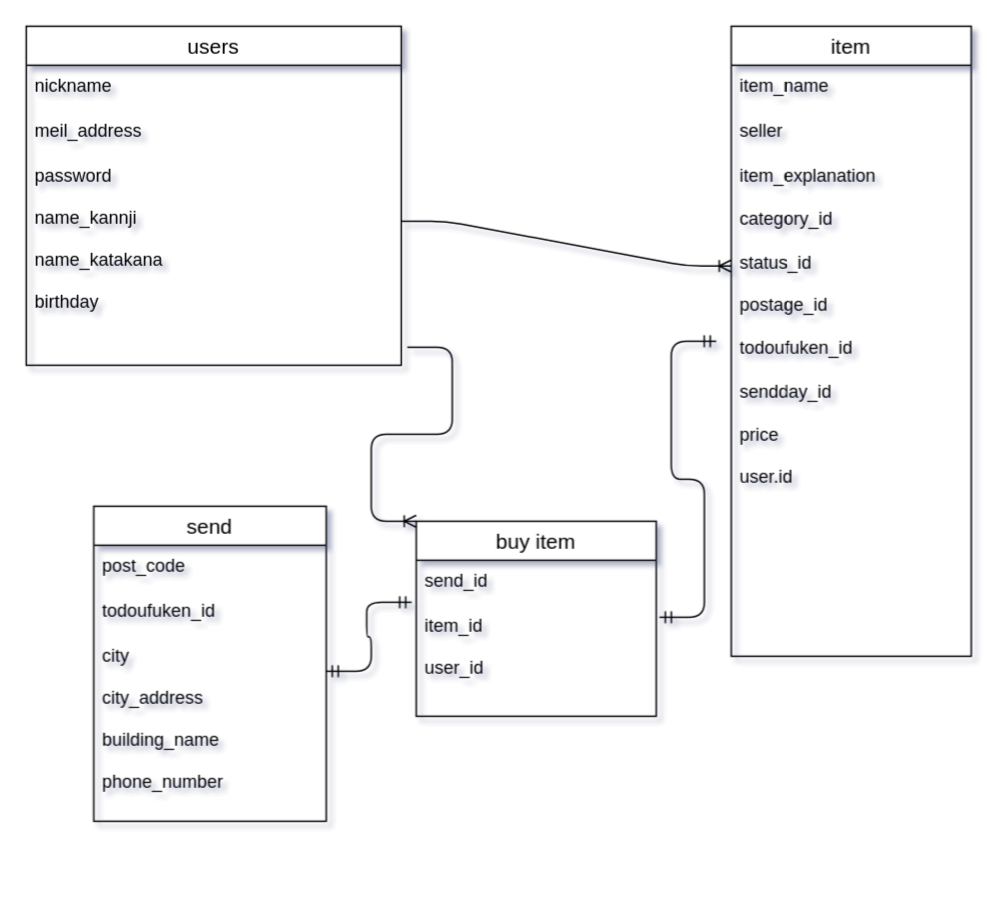
Above: .dio in y-naoto/furima-36756 (draw.io), before the change. Source tidied: cells renumbered, new cells numbered last; positions are measured from the earlier drawing's top-left corner, leaving out a move shared by most shapes. Both pictures are drawn from the tidied source at 150%, with x=0, y=0 at pixel (26, 26).
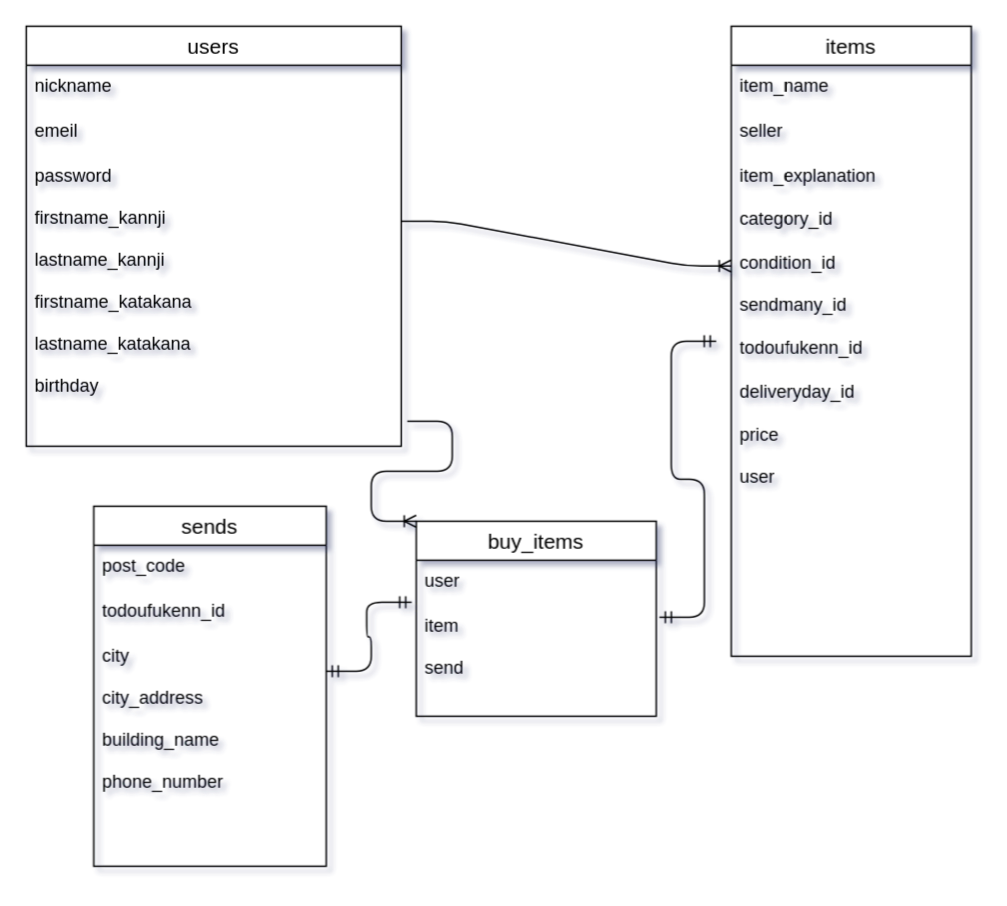
The same page after the edit.

Commit message (it also covers changes not shown here):
ER図の更新とREADMEの作成

What changed in the source:
```diff
@@
     <mxCell id="2" value="users" style="swimlane;fontStyle=0;horizontal=1;startSize=26;align=center;fontSize=14;" parent="1" vertex="1">
-      <mxGeometry width="250" height="226" as="geometry" />
+      <mxGeometry width="250" height="280" as="geometry" />
     </mxCell>
@@
-    <mxCell id="4" value="meil_address" style="text;strokeColor=none;fillColor=none;spacingLeft=4;spacingRight=4;overflow=hidden;fontSize=12;" parent="2" vertex="1">
+    <mxCell id="4" value="emeil" style="text;strokeColor=none;fillColor=none;spacingLeft=4;spacingRight=4;overflow=hidden;fontSize=12;" parent="2" vertex="1">
       <mxGeometry y="56" width="250" height="30" as="geometry" />
     </mxCell>
-    <mxCell id="5" value="password&#10;&#10;name_kannji&#10;&#10;name_katakana&#10;&#10;birthday" style="text;strokeColor=none;fillColor=none;spacingLeft=4;spacingRight=4;overflow=hidden;points=[[0,0.5],[1,0.5]];portConstraint=eastwest;fontSize=12;" parent="2" vertex="1">
-      <mxGeometry y="86" width="250" height="140" as="geometry" />
+    <mxCell id="5" value="password&#10;&#10;firstname_kannji&#10;&#10;lastname_kannji&#10;&#10;firstname_katakana&#10;&#10;lastname_katakana&#10;&#10;birthday&#10;&#10;" style="text;strokeColor=none;fillColor=none;spacingLeft=4;spacingRight=4;overflow=hidden;points=[[0,0.5],[1,0.5]];portConstraint=eastwest;fontSize=12;" parent="2" vertex="1">
+      <mxGeometry y="86" width="250" height="194" as="geometry" />
     </mxCell>
-    <mxCell id="6" value="item" style="swimlane;fontStyle=0;horizontal=1;startSize=26;align=center;fontSize=14;" parent="1" vertex="1">
+    <mxCell id="6" value="items" style="swimlane;fontStyle=0;horizontal=1;startSize=26;align=center;fontSize=14;" parent="1" vertex="1">
       <mxGeometry x="470" width="160" height="420" as="geometry" />
     </mxCell>
@@
-    <mxCell id="9" value="item_explanation&lt;br&gt;&lt;br&gt;category_id&lt;br&gt;&lt;br&gt;status_id&lt;br&gt;&lt;br&gt;postage_id&lt;br&gt;&lt;br&gt;todoufuken_id&lt;br&gt;&lt;br&gt;sendday_id&lt;br&gt;&lt;br&gt;price&lt;br&gt;&lt;br&gt;user.id" style="text;strokeColor=none;fillColor=none;spacingLeft=4;spacingRight=4;overflow=hidden;points=[[0,0.5],[1,0.5]];portConstraint=eastwest;fontSize=12;html=1;" parent="6" vertex="1">
+    <mxCell id="9" value="item_explanation&lt;br&gt;&lt;br&gt;category_id&lt;br&gt;&lt;br&gt;condition_id&lt;br&gt;&lt;br&gt;sendmany_id&lt;br&gt;&lt;br&gt;todoufukenn_id&lt;br&gt;&lt;br&gt;deliveryday_id&lt;br&gt;&lt;br&gt;price&lt;br&gt;&lt;br&gt;user" style="text;strokeColor=none;fillColor=none;spacingLeft=4;spacingRight=4;overflow=hidden;points=[[0,0.5],[1,0.5]];portConstraint=eastwest;fontSize=12;html=1;" parent="6" vertex="1">
       <mxGeometry y="86" width="160" height="334" as="geometry" />
     </mxCell>
-    <mxCell id="10" value="buy item" style="swimlane;fontStyle=0;horizontal=1;startSize=26;align=center;fontSize=14;" parent="1" vertex="1">
+    <mxCell id="10" value="buy_items" style="swimlane;fontStyle=0;horizontal=1;startSize=26;align=center;fontSize=14;" parent="1" vertex="1">
       <mxGeometry x="260" y="330" width="160" height="130" as="geometry" />
     </mxCell>
-    <mxCell id="11" value="send_id" style="text;strokeColor=none;fillColor=none;spacingLeft=4;spacingRight=4;overflow=hidden;fontSize=12;" parent="10" vertex="1">
+    <mxCell id="11" value="user" style="text;strokeColor=none;fillColor=none;spacingLeft=4;spacingRight=4;overflow=hidden;fontSize=12;" parent="10" vertex="1">
       <mxGeometry y="26" width="160" height="30" as="geometry" />
     </mxCell>
-    <mxCell id="12" value="item_id&#10;&#10;user_id" style="text;strokeColor=none;fillColor=none;spacingLeft=4;spacingRight=4;overflow=hidden;points=[[0,0.5],[1,0.5]];portConstraint=eastwest;fontSize=12;" parent="10" vertex="1">
+    <mxCell id="12" value="item&#10;&#10;send" style="text;strokeColor=none;fillColor=none;spacingLeft=4;spacingRight=4;overflow=hidden;points=[[0,0.5],[1,0.5]];portConstraint=eastwest;fontSize=12;" parent="10" vertex="1">
       <mxGeometry y="56" width="160" height="74" as="geometry" />
     </mxCell>
-    <mxCell id="13" value="send" style="swimlane;fontStyle=0;horizontal=1;startSize=26;align=center;fontSize=14;" parent="1" vertex="1">
-      <mxGeometry x="45" y="320" width="155" height="210" as="geometry" />
+    <mxCell id="13" value="sends" style="swimlane;fontStyle=0;horizontal=1;startSize=26;align=center;fontSize=14;" parent="1" vertex="1">
+      <mxGeometry x="45" y="320" width="155" height="240" as="geometry" />
     </mxCell>
@@
-    <mxCell id="15" value="todoufuken_id" style="text;strokeColor=none;fillColor=none;spacingLeft=4;spacingRight=4;overflow=hidden;fontSize=12;" parent="13" vertex="1">
+    <mxCell id="15" value="todoufukenn_id" style="text;strokeColor=none;fillColor=none;spacingLeft=4;spacingRight=4;overflow=hidden;fontSize=12;" parent="13" vertex="1">
       <mxGeometry y="56" width="155" height="30" as="geometry" />
     </mxCell>
     <mxCell id="16" value="city&#10;&#10;city_address&#10;&#10;building_name&#10;&#10;phone_number&#10;" style="text;strokeColor=none;fillColor=none;spacingLeft=4;spacingRight=4;overflow=hidden;fontSize=12;" parent="13" vertex="1">
-      <mxGeometry y="86" width="155" height="124" as="geometry" />
+      <mxGeometry y="86" width="155" height="154" as="geometry" />
     </mxCell>
```
